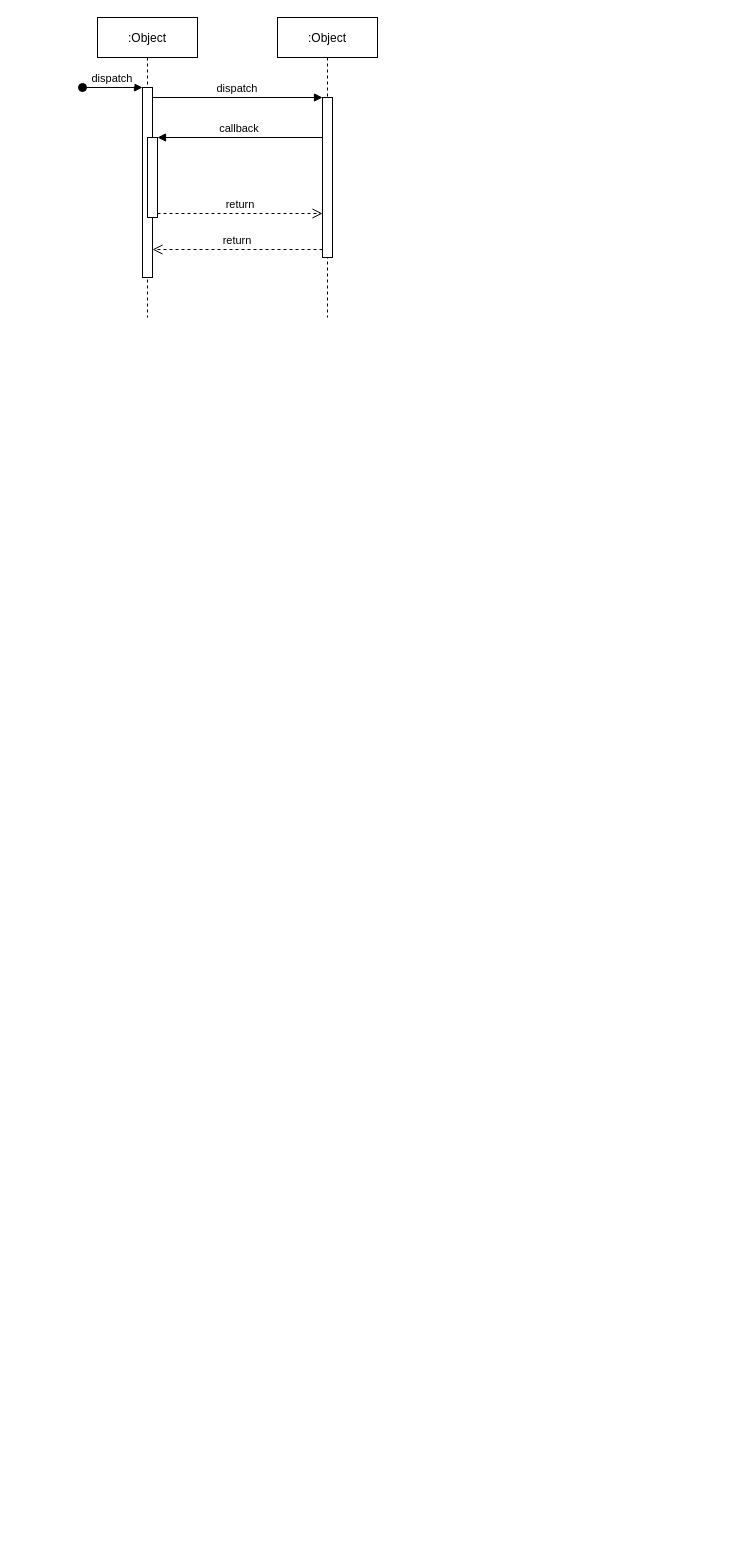
Before: FirebaseAuth.drawio in vanthang1996/IPTV, a draw.io diagram. Source tidied: cells renumbered, new cells numbered last; positions are measured from the earlier drawing's top-left corner, leaving out a move shared by most shapes. Both pictures are drawn from the tidied source at 100%, with x=0, y=0 at pixel (82, 17).
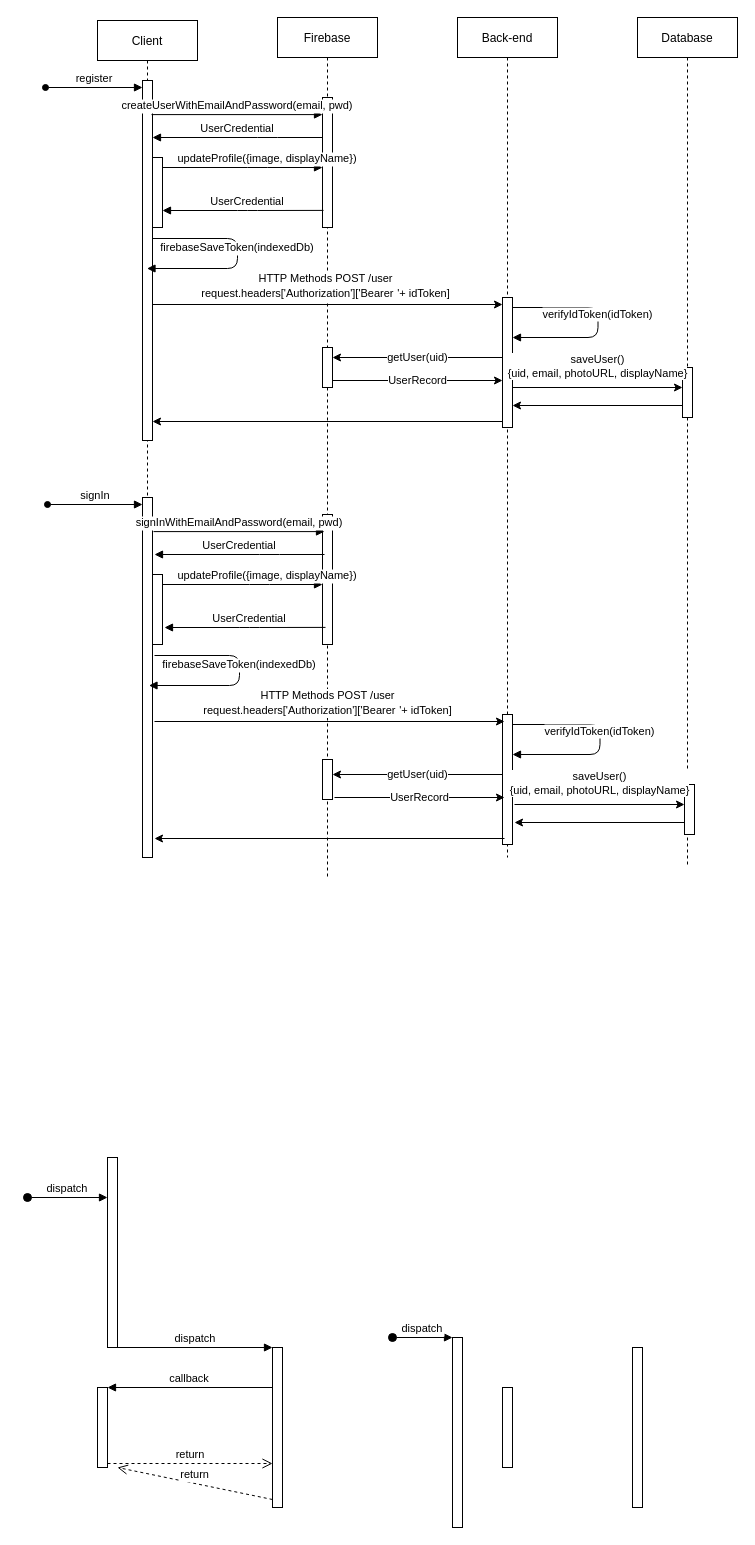
Above is the later version.

The edit, as a diff of the source:
```diff
@@
-    <mxCell id="2" value=":Object" style="shape=umlLifeline;perimeter=lifelinePerimeter;rounded=0;shadow=0;strokeWidth=1;" parent="1" vertex="1">
-      <mxGeometry x="15" width="100" height="300" as="geometry" />
+    <mxCell id="2" value="Client" style="shape=umlLifeline;perimeter=lifelinePerimeter;rounded=0;shadow=0;strokeWidth=1;" parent="1" vertex="1">
+      <mxGeometry x="15" y="3" width="100" height="837" as="geometry" />
     </mxCell>
-    <mxCell id="3" style="points=[];perimeter=orthogonalPerimeter;rounded=0;shadow=0;strokeWidth=1;" parent="2" vertex="1">
-      <mxGeometry x="45" y="70" width="10" height="190" as="geometry" />
-    </mxCell>
-    <mxCell id="4" value="dispatch" style="verticalAlign=bottom;startArrow=oval;endArrow=block;startSize=8;shadow=0;strokeWidth=1;" parent="2" edge="1" target="3">
-      <mxGeometry relative="1" as="geometry">
-        <mxPoint x="-15" y="70" as="sourcePoint" />
-      </mxGeometry>
-    </mxCell>
-    <mxCell id="5" style="points=[];perimeter=orthogonalPerimeter;rounded=0;shadow=0;strokeWidth=1;" parent="2" vertex="1">
-      <mxGeometry x="50" y="120" width="10" height="80" as="geometry" />
-    </mxCell>
+    <mxCell id="12" style="points=[];perimeter=orthogonalPerimeter;rounded=0;shadow=0;strokeWidth=1;" parent="2" vertex="1">
+      <mxGeometry x="45" y="60" width="10" height="360" as="geometry" />
+    </mxCell>
+    <mxCell id="13" value="firebaseSaveToken(indexedDb)" style="verticalAlign=bottom;endArrow=block;shadow=0;strokeWidth=1;" parent="2" edge="1">
+      <mxGeometry relative="1" as="geometry">
+        <mxPoint x="55" y="218" as="sourcePoint" />
+        <mxPoint x="49.5" y="248" as="targetPoint" />
+        <Array as="points">
+          <mxPoint x="140" y="218" />
+          <mxPoint x="140" y="248" />
+        </Array>
+      </mxGeometry>
+    </mxCell>
+    <mxCell id="14" style="points=[];perimeter=orthogonalPerimeter;rounded=0;shadow=0;strokeWidth=1;" parent="2" vertex="1">
+      <mxGeometry x="45" y="477" width="10" height="360" as="geometry" />
+    </mxCell>
-    <mxCell id="6" value=":Object" style="shape=umlLifeline;perimeter=lifelinePerimeter;rounded=0;shadow=0;strokeWidth=1;" parent="1" vertex="1">
-      <mxGeometry x="195" width="100" height="300" as="geometry" />
+    <mxCell id="6" value="Firebase" style="shape=umlLifeline;perimeter=lifelinePerimeter;rounded=0;shadow=0;strokeWidth=1;" parent="1" vertex="1">
+      <mxGeometry x="195" width="100" height="860" as="geometry" />
     </mxCell>
-    <mxCell id="7" style="points=[];perimeter=orthogonalPerimeter;rounded=0;shadow=0;strokeWidth=1;" parent="6" vertex="1">
-      <mxGeometry x="45" y="80" width="10" height="160" as="geometry" />
-    </mxCell>
+    <mxCell id="15" style="points=[];perimeter=orthogonalPerimeter;rounded=0;shadow=0;strokeWidth=1;" parent="6" vertex="1">
+      <mxGeometry x="45" y="80" width="10" height="130" as="geometry" />
+    </mxCell>
+    <mxCell id="16" style="points=[];perimeter=orthogonalPerimeter;rounded=0;shadow=0;strokeWidth=1;" parent="6" vertex="1">
+      <mxGeometry x="45" y="330" width="10" height="40" as="geometry" />
+    </mxCell>
+    <mxCell id="17" style="points=[];perimeter=orthogonalPerimeter;rounded=0;shadow=0;strokeWidth=1;" parent="6" vertex="1">
+      <mxGeometry x="45" y="742" width="10" height="40" as="geometry" />
+    </mxCell>
+    <mxCell id="18" value="Back-end" style="shape=umlLifeline;perimeter=lifelinePerimeter;rounded=0;shadow=0;strokeWidth=1;" parent="1" vertex="1">
+      <mxGeometry x="375" width="100" height="840" as="geometry" />
+    </mxCell>
+    <mxCell id="19" style="points=[];perimeter=orthogonalPerimeter;rounded=0;shadow=0;strokeWidth=1;" parent="18" vertex="1">
+      <mxGeometry x="45" y="280" width="10" height="130" as="geometry" />
+    </mxCell>
+    <mxCell id="20" value="verifyIdToken(idToken)" style="verticalAlign=bottom;endArrow=block;shadow=0;strokeWidth=1;" parent="18" edge="1" source="19" target="19">
+      <mxGeometry relative="1" as="geometry">
+        <Array as="points">
+          <mxPoint x="140.5" y="290" />
+          <mxPoint x="140.5" y="320" />
+        </Array>
+      </mxGeometry>
+    </mxCell>
+    <mxCell id="21" style="points=[];perimeter=orthogonalPerimeter;rounded=0;shadow=0;strokeWidth=1;" parent="18" vertex="1">
+      <mxGeometry x="45" y="697" width="10" height="130" as="geometry" />
+    </mxCell>
+    <mxCell id="22" value="verifyIdToken(idToken)" style="verticalAlign=bottom;endArrow=block;shadow=0;strokeWidth=1;" parent="18" edge="1" source="21" target="21">
+      <mxGeometry relative="1" as="geometry">
+        <Array as="points">
+          <mxPoint x="142.5" y="707" />
+          <mxPoint x="142.5" y="737" />
+        </Array>
+      </mxGeometry>
+    </mxCell>
+    <mxCell id="23" value="Database" style="shape=umlLifeline;perimeter=lifelinePerimeter;rounded=0;shadow=0;strokeWidth=1;" parent="1" vertex="1">
+      <mxGeometry x="555" width="100" height="850" as="geometry" />
+    </mxCell>
+    <mxCell id="24" style="perimeter=orthogonalPerimeter;rounded=0;shadow=0;strokeWidth=1;" parent="23" vertex="1">
+      <mxGeometry x="45" y="350" width="10" height="50" as="geometry" />
+    </mxCell>
+    <mxCell id="25" style="points=[];perimeter=orthogonalPerimeter;rounded=0;shadow=0;strokeWidth=1;" parent="1" vertex="1">
+      <mxGeometry x="25" y="1140" width="10" height="190" as="geometry" />
+    </mxCell>
+    <mxCell id="26" value="dispatch" style="verticalAlign=bottom;startArrow=oval;endArrow=block;startSize=8;shadow=0;strokeWidth=1;" parent="1" edge="1" target="25">
+      <mxGeometry relative="1" as="geometry">
+        <mxPoint x="-55" y="1180" as="sourcePoint" />
+      </mxGeometry>
+    </mxCell>
+    <mxCell id="27" style="points=[];perimeter=orthogonalPerimeter;rounded=0;shadow=0;strokeWidth=1;" parent="1" vertex="1">
+      <mxGeometry x="15" y="1370" width="10" height="80" as="geometry" />
+    </mxCell>
+    <mxCell id="28" style="points=[];perimeter=orthogonalPerimeter;rounded=0;shadow=0;strokeWidth=1;" parent="1" vertex="1">
+      <mxGeometry x="190" y="1330" width="10" height="160" as="geometry" />
+    </mxCell>
-    <mxCell id="8" value="return" style="verticalAlign=bottom;endArrow=open;dashed=1;endSize=8;exitX=0;exitY=0.95;shadow=0;strokeWidth=1;" parent="1" edge="1" source="7" target="3">
-      <mxGeometry relative="1" as="geometry" />
+    <mxCell id="8" value="return" style="verticalAlign=bottom;endArrow=open;dashed=1;endSize=8;exitX=0;exitY=0.95;shadow=0;strokeWidth=1;" parent="1" edge="1" source="28">
+      <mxGeometry relative="1" as="geometry">
+        <mxPoint x="35" y="1450" as="targetPoint" />
+      </mxGeometry>
     </mxCell>
-    <mxCell id="9" value="dispatch" style="verticalAlign=bottom;endArrow=block;entryX=0;entryY=0;shadow=0;strokeWidth=1;" parent="1" edge="1" source="3" target="7">
-      <mxGeometry relative="1" as="geometry" />
+    <mxCell id="9" value="dispatch" style="verticalAlign=bottom;endArrow=block;entryX=0;entryY=0;shadow=0;strokeWidth=1;" parent="1" edge="1" target="28">
+      <mxGeometry relative="1" as="geometry">
+        <mxPoint x="35" y="1330" as="sourcePoint" />
+      </mxGeometry>
     </mxCell>
-    <mxCell id="10" value="callback" style="verticalAlign=bottom;endArrow=block;entryX=1;entryY=0;shadow=0;strokeWidth=1;" parent="1" edge="1" source="7" target="5">
+    <mxCell id="10" value="callback" style="verticalAlign=bottom;endArrow=block;entryX=1;entryY=0;shadow=0;strokeWidth=1;" parent="1" edge="1" source="28" target="27">
       <mxGeometry relative="1" as="geometry" />
     </mxCell>
-    <mxCell id="11" value="return" style="verticalAlign=bottom;endArrow=open;dashed=1;endSize=8;exitX=1;exitY=0.95;shadow=0;strokeWidth=1;" parent="1" edge="1" source="5" target="7">
+    <mxCell id="11" value="return" style="verticalAlign=bottom;endArrow=open;dashed=1;endSize=8;exitX=1;exitY=0.95;shadow=0;strokeWidth=1;" parent="1" edge="1" source="27" target="28">
       <mxGeometry relative="1" as="geometry" />
     </mxCell>
+    <mxCell id="29" style="points=[];perimeter=orthogonalPerimeter;rounded=0;shadow=0;strokeWidth=1;" parent="1" vertex="1">
+      <mxGeometry x="370" y="1320" width="10" height="190" as="geometry" />
+    </mxCell>
+    <mxCell id="30" value="dispatch" style="verticalAlign=bottom;startArrow=oval;endArrow=block;startSize=8;shadow=0;strokeWidth=1;" parent="1" edge="1" target="29">
+      <mxGeometry relative="1" as="geometry">
+        <mxPoint x="310" y="1320" as="sourcePoint" />
+      </mxGeometry>
+    </mxCell>
+    <mxCell id="31" style="perimeter=orthogonalPerimeter;rounded=0;shadow=0;strokeWidth=1;" parent="1" vertex="1">
+      <mxGeometry x="420" y="1370" width="10" height="80" as="geometry" />
+    </mxCell>
+    <mxCell id="32" style="perimeter=orthogonalPerimeter;rounded=0;shadow=0;strokeWidth=1;" parent="1" vertex="1">
+      <mxGeometry x="550" y="1330" width="10" height="160" as="geometry" />
+    </mxCell>
+    <mxCell id="33" value="register" style="verticalAlign=bottom;startArrow=oval;endArrow=block;shadow=0;strokeWidth=1;" parent="1" edge="1" target="12">
+      <mxGeometry relative="1" as="geometry">
+        <mxPoint x="-37" y="70" as="sourcePoint" />
+      </mxGeometry>
+    </mxCell>
+    <mxCell id="34" value="createUserWithEmailAndPassword(email, pwd)" style="verticalAlign=bottom;endArrow=block;shadow=0;strokeWidth=1;exitX=0.9;exitY=0.211;exitDx=0;exitDy=0;exitPerimeter=0;" parent="1" edge="1">
+      <mxGeometry relative="1" as="geometry">
+        <mxPoint x="69" y="97.1" as="sourcePoint" />
+        <mxPoint x="240" y="97.1" as="targetPoint" />
+      </mxGeometry>
+    </mxCell>
+    <mxCell id="35" value="UserCredential" style="verticalAlign=bottom;endArrow=block;shadow=0;strokeWidth=1;" parent="1" edge="1">
+      <mxGeometry relative="1" as="geometry">
+        <mxPoint x="240" y="120" as="sourcePoint" />
+        <mxPoint x="70" y="120" as="targetPoint" />
+        <Array as="points">
+          <mxPoint x="185" y="120" />
+        </Array>
+      </mxGeometry>
+    </mxCell>
+    <mxCell id="36" value="HTTP Methods POST /user&lt;br&gt;request.headers['Authorization']['Bearer&lt;span style=&quot;background-color: transparent ; font-family: inherit ; font-style: inherit ; font-weight: inherit ; font-size: 13px ; text-align: left&quot;&gt;&amp;nbsp;&lt;/span&gt;'+ idToken]" style="endArrow=classic;html=1;" parent="1" edge="1">
+      <mxGeometry x="-0.01" y="18" relative="1" as="geometry">
+        <mxPoint x="70" y="287" as="sourcePoint" />
+        <mxPoint x="420" y="287" as="targetPoint" />
+      </mxGeometry>
+    </mxCell>
+    <mxCell id="37" value="updateProfile({image, displayName})" style="verticalAlign=bottom;endArrow=block;shadow=0;strokeWidth=1;" parent="1" edge="1" source="43" target="15">
+      <mxGeometry x="0.31" relative="1" as="geometry">
+        <Array as="points">
+          <mxPoint x="175" y="150" />
+        </Array>
+      </mxGeometry>
+    </mxCell>
+    <mxCell id="38" value="UserCredential" style="verticalAlign=bottom;endArrow=block;shadow=0;strokeWidth=1;" parent="1" edge="1">
+      <mxGeometry x="-0.06" relative="1" as="geometry">
+        <mxPoint x="241" y="192.9" as="sourcePoint" />
+        <mxPoint x="80" y="193" as="targetPoint" />
+        <Array as="points">
+          <mxPoint x="165" y="193" />
+        </Array>
+      </mxGeometry>
+    </mxCell>
+    <mxCell id="39" value="getUser(uid)" style="endArrow=classic;html=1;" parent="1" edge="1" source="19" target="16">
+      <mxGeometry relative="1" as="geometry">
+        <Array as="points">
+          <mxPoint x="335" y="340" />
+        </Array>
+      </mxGeometry>
+    </mxCell>
+    <mxCell id="40" value="UserRecord" style="endArrow=classic;html=1;" parent="1" edge="1">
+      <mxGeometry relative="1" as="geometry">
+        <mxPoint x="250" y="363" as="sourcePoint" />
+        <mxPoint x="420" y="363" as="targetPoint" />
+      </mxGeometry>
+    </mxCell>
+    <mxCell id="41" style="endArrow=classic;html=1;" parent="1" edge="1">
+      <mxGeometry relative="1" as="geometry">
+        <mxPoint x="600" y="388" as="sourcePoint" />
+        <mxPoint x="430" y="388" as="targetPoint" />
+      </mxGeometry>
+    </mxCell>
+    <mxCell id="42" style="endArrow=classic;html=1;" parent="1" edge="1">
+      <mxGeometry relative="1" as="geometry">
+        <mxPoint x="420" y="404" as="sourcePoint" />
+        <mxPoint x="70" y="404" as="targetPoint" />
+      </mxGeometry>
+    </mxCell>
+    <mxCell id="43" style="points=[];perimeter=orthogonalPerimeter;rounded=0;shadow=0;strokeWidth=1;" parent="1" vertex="1">
+      <mxGeometry x="70" y="140" width="10" height="70" as="geometry" />
+    </mxCell>
+    <mxCell id="44" value="saveUser()&lt;br&gt;{uid, email, photoURL, displayName}" style="endArrow=classic;html=1;" parent="1" edge="1">
+      <mxGeometry y="21" relative="1" as="geometry">
+        <mxPoint x="430" y="370" as="sourcePoint" />
+        <mxPoint x="600" y="370" as="targetPoint" />
+      </mxGeometry>
+    </mxCell>
+    <mxCell id="45" value="firebaseSaveToken(indexedDb)" style="verticalAlign=bottom;endArrow=block;shadow=0;strokeWidth=1;" parent="1" edge="1">
+      <mxGeometry relative="1" as="geometry">
+        <mxPoint x="72" y="638" as="sourcePoint" />
+        <mxPoint x="66.5" y="668" as="targetPoint" />
+        <Array as="points">
+          <mxPoint x="157" y="638" />
+          <mxPoint x="157" y="668" />
+        </Array>
+      </mxGeometry>
+    </mxCell>
+    <mxCell id="46" style="points=[];perimeter=orthogonalPerimeter;rounded=0;shadow=0;strokeWidth=1;" parent="1" vertex="1">
+      <mxGeometry x="240" y="497" width="10" height="130" as="geometry" />
+    </mxCell>
+    <mxCell id="47" style="perimeter=orthogonalPerimeter;rounded=0;shadow=0;strokeWidth=1;" parent="1" vertex="1">
+      <mxGeometry x="602" y="767" width="10" height="50" as="geometry" />
+    </mxCell>
+    <mxCell id="48" value="signIn" style="verticalAlign=bottom;startArrow=oval;endArrow=block;shadow=0;strokeWidth=1;" parent="1" edge="1" target="14">
+      <mxGeometry relative="1" as="geometry">
+        <mxPoint x="-35" y="487" as="sourcePoint" />
+      </mxGeometry>
+    </mxCell>
+    <mxCell id="49" value="signInWithEmailAndPassword(email, pwd)" style="verticalAlign=bottom;endArrow=block;shadow=0;strokeWidth=1;exitX=0.9;exitY=0.211;exitDx=0;exitDy=0;exitPerimeter=0;" parent="1" edge="1">
+      <mxGeometry relative="1" as="geometry">
+        <mxPoint x="71" y="514.1" as="sourcePoint" />
+        <mxPoint x="242" y="514.1" as="targetPoint" />
+      </mxGeometry>
+    </mxCell>
+    <mxCell id="50" value="UserCredential" style="verticalAlign=bottom;endArrow=block;shadow=0;strokeWidth=1;" parent="1" edge="1">
+      <mxGeometry relative="1" as="geometry">
+        <mxPoint x="242" y="537" as="sourcePoint" />
+        <mxPoint x="72" y="537" as="targetPoint" />
+        <Array as="points">
+          <mxPoint x="187" y="537" />
+        </Array>
+      </mxGeometry>
+    </mxCell>
+    <mxCell id="51" value="HTTP Methods POST /user&lt;br&gt;request.headers['Authorization']['Bearer&lt;span style=&quot;background-color: transparent ; font-family: inherit ; font-style: inherit ; font-weight: inherit ; font-size: 13px ; text-align: left&quot;&gt;&amp;nbsp;&lt;/span&gt;'+ idToken]" style="endArrow=classic;html=1;" parent="1" edge="1">
+      <mxGeometry x="-0.01" y="18" relative="1" as="geometry">
+        <mxPoint x="72" y="704" as="sourcePoint" />
+        <mxPoint x="422" y="704" as="targetPoint" />
+      </mxGeometry>
+    </mxCell>
+    <mxCell id="52" value="updateProfile({image, displayName})" style="verticalAlign=bottom;endArrow=block;shadow=0;strokeWidth=1;" parent="1" edge="1" source="58" target="46">
+      <mxGeometry x="0.31" relative="1" as="geometry">
+        <Array as="points">
+          <mxPoint x="177" y="567" />
+        </Array>
+      </mxGeometry>
+    </mxCell>
+    <mxCell id="53" value="UserCredential" style="verticalAlign=bottom;endArrow=block;shadow=0;strokeWidth=1;" parent="1" edge="1">
+      <mxGeometry x="-0.06" relative="1" as="geometry">
+        <mxPoint x="243" y="609.9" as="sourcePoint" />
+        <mxPoint x="82" y="610" as="targetPoint" />
+        <Array as="points">
+          <mxPoint x="167" y="610" />
+        </Array>
+      </mxGeometry>
+    </mxCell>
+    <mxCell id="54" value="getUser(uid)" style="endArrow=classic;html=1;" parent="1" edge="1" source="21" target="17">
+      <mxGeometry relative="1" as="geometry">
+        <Array as="points">
+          <mxPoint x="337" y="757" />
+        </Array>
+      </mxGeometry>
+    </mxCell>
+    <mxCell id="55" value="UserRecord" style="endArrow=classic;html=1;" parent="1" edge="1">
+      <mxGeometry relative="1" as="geometry">
+        <mxPoint x="252" y="780" as="sourcePoint" />
+        <mxPoint x="422" y="780" as="targetPoint" />
+      </mxGeometry>
+    </mxCell>
+    <mxCell id="56" style="endArrow=classic;html=1;" parent="1" edge="1">
+      <mxGeometry relative="1" as="geometry">
+        <mxPoint x="602" y="805" as="sourcePoint" />
+        <mxPoint x="432" y="805" as="targetPoint" />
+      </mxGeometry>
+    </mxCell>
+    <mxCell id="57" style="endArrow=classic;html=1;" parent="1" edge="1">
+      <mxGeometry relative="1" as="geometry">
+        <mxPoint x="422" y="821" as="sourcePoint" />
+        <mxPoint x="72" y="821" as="targetPoint" />
+      </mxGeometry>
+    </mxCell>
+    <mxCell id="58" style="points=[];perimeter=orthogonalPerimeter;rounded=0;shadow=0;strokeWidth=1;" parent="1" vertex="1">
+      <mxGeometry x="70" y="557" width="10" height="70" as="geometry" />
+    </mxCell>
+    <mxCell id="59" value="saveUser()&lt;br&gt;{uid, email, photoURL, displayName}" style="endArrow=classic;html=1;" parent="1" edge="1">
+      <mxGeometry y="21" relative="1" as="geometry">
+        <mxPoint x="432" y="787" as="sourcePoint" />
+        <mxPoint x="602" y="787" as="targetPoint" />
+      </mxGeometry>
+    </mxCell>
```
